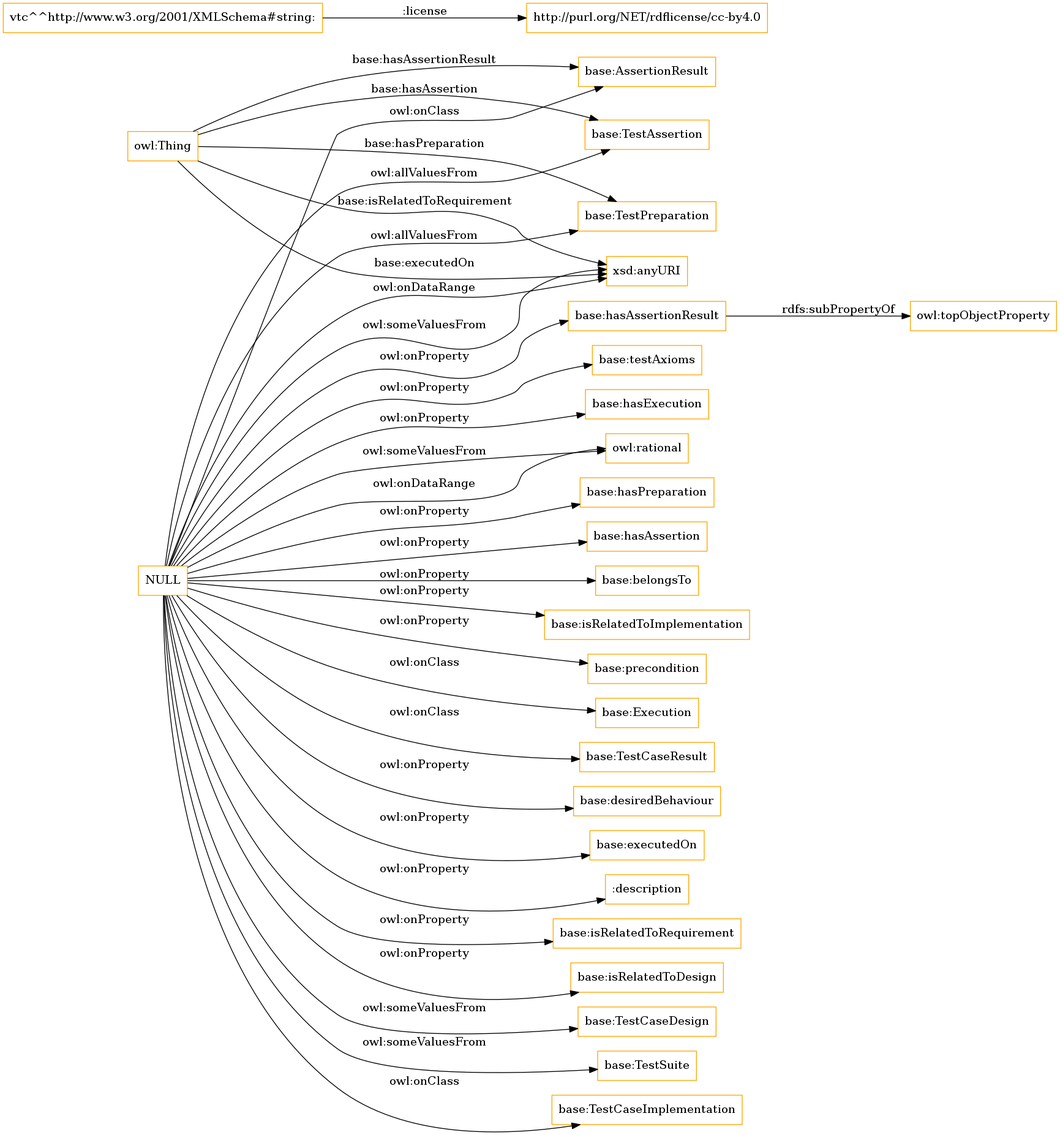
The Graphviz diagram OnToology/ontology/verification-test-description.ttl/diagrams/ar2dtool-class/verification-test-description.ttl.png in albaizq/test-verification-ontology, before a commit. Its source is kept beside it as OnToology/ontology/verification-test-description.ttl/diagrams/ar2dtool-class/verification-test-description.ttl.png.dot.
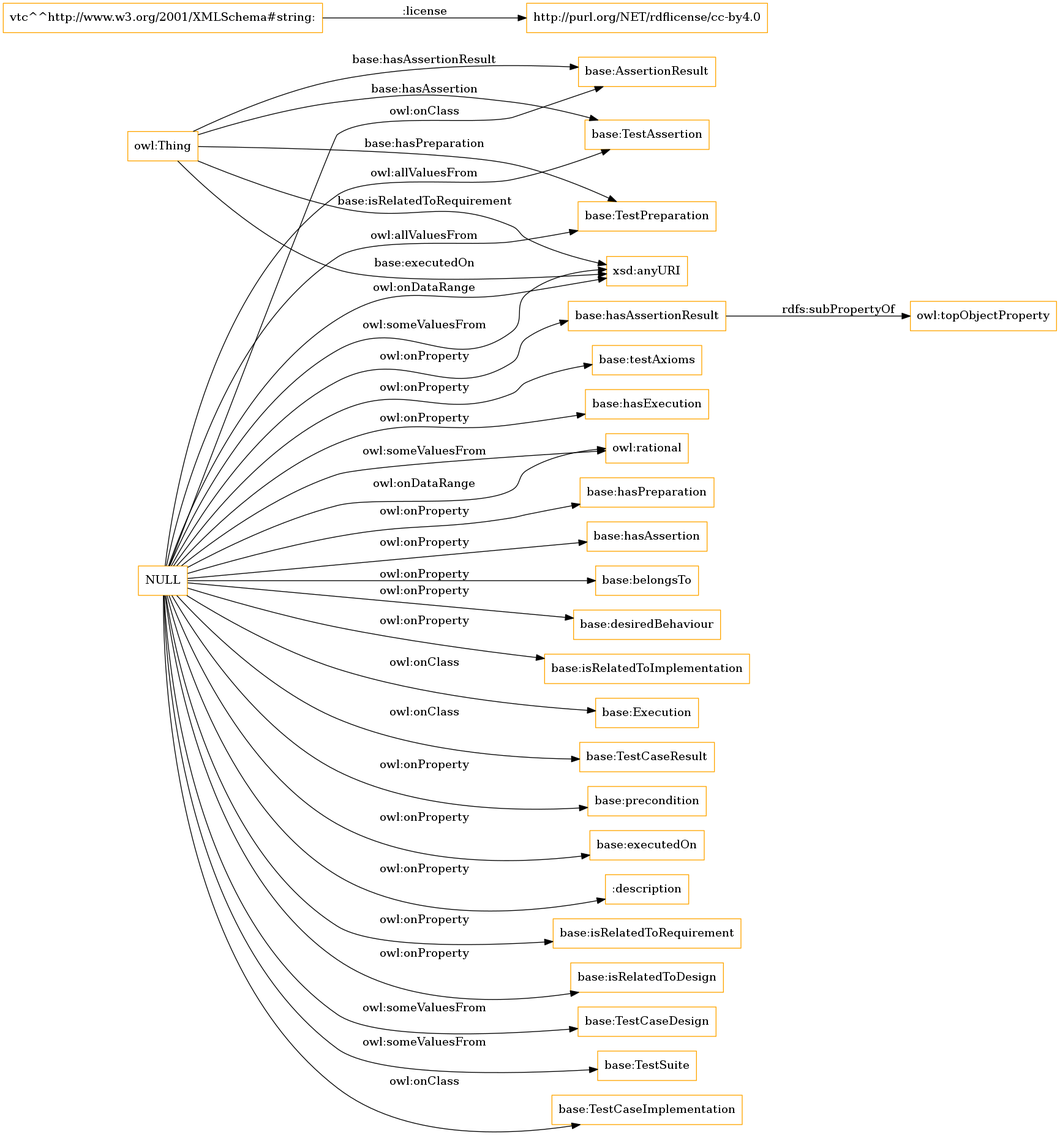
The same diagram one commit later.

Change to the diagram source:
```diff
@@ -10,17 +10,17 @@
 	"NULL" -> "base:hasExecution" [ label = "owl:onProperty" ];
 	"NULL" -> "owl:rational" [ label = "owl:someValuesFrom" ];
 	"NULL" -> "base:hasPreparation" [ label = "owl:onProperty" ];
+	"NULL" -> "base:TestCaseImplementation" [ label = "owl:onClass" ];
 	"NULL" -> "xsd:anyURI" [ label = "owl:someValuesFrom" ];
-	"NULL" -> "base:TestCaseImplementation" [ label = "owl:onClass" ];
 	"NULL" -> "owl:rational" [ label = "owl:onDataRange" ];
 	"NULL" -> "base:hasAssertion" [ label = "owl:onProperty" ];
 	"NULL" -> "base:TestCaseDesign" [ label = "owl:someValuesFrom" ];
+	"NULL" -> "base:belongsTo" [ label = "owl:onProperty" ];
 	"NULL" -> "base:AssertionResult" [ label = "owl:onClass" ];
-	"NULL" -> "base:belongsTo" [ label = "owl:onProperty" ];
-	"NULL" -> "base:TestAssertion" [ label = "owl:allValuesFrom" ];
+	"NULL" -> "base:desiredBehaviour" [ label = "owl:onProperty" ];
 	"NULL" -> "base:isRelatedToImplementation" [ label = "owl:onProperty" ];
 	"NULL" -> "base:precondition" [ label = "owl:onProperty" ];
-	"NULL" -> "base:desiredBehaviour" [ label = "owl:onProperty" ];
+	"NULL" -> "base:TestAssertion" [ label = "owl:allValuesFrom" ];
 	"NULL" -> "base:executedOn" [ label = "owl:onProperty" ];
 	"NULL" -> ":description" [ label = "owl:onProperty" ];
 	"NULL" -> "base:hasAssertionResult" [ label = "owl:onProperty" ];
```
